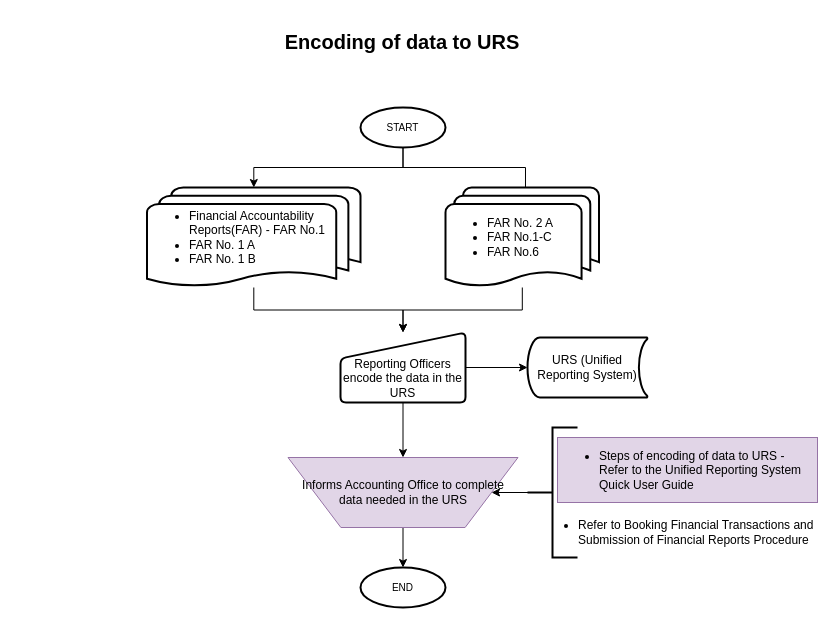
The draw.io diagram page "Encoding of data to URS" (3 of 5) of Preparations of Financial Accountability.drawio in johnpaul4474/FMO-budget, before the edit. Source tidied: cells renumbered, new cells numbered last; positions are measured from the earlier drawing's top-left corner, leaving out a move shared by most shapes. Both pictures are drawn from the tidied source at 100%, with x=0, y=0 at pixel (17, 27).
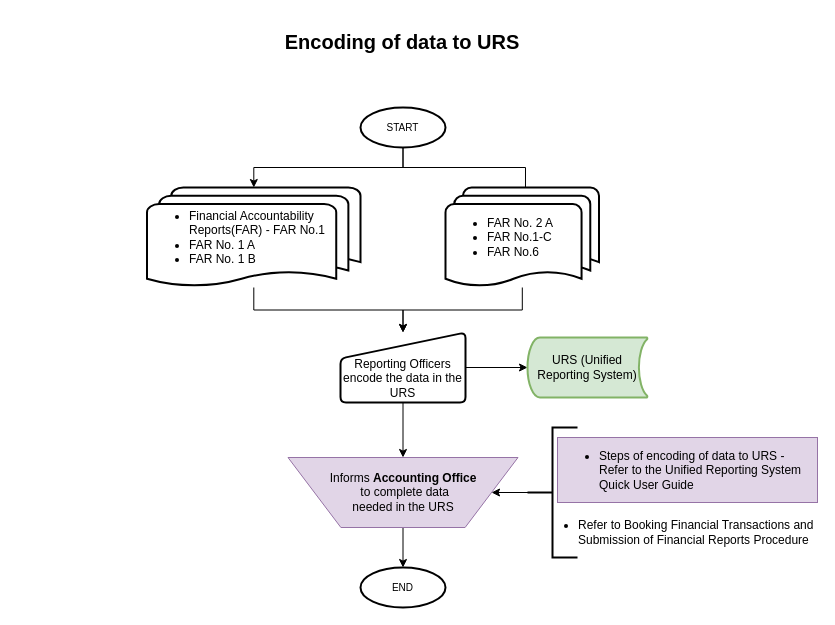
The same diagram, later.

What changed in the source:
```diff
@@
-    <mxCell id="13" value="URS (Unified Reporting System)" style="strokeWidth=2;html=1;shape=mxgraph.flowchart.stored_data;whiteSpace=wrap;" parent="1" vertex="1">
+    <mxCell id="13" value="URS (Unified Reporting System)" style="strokeWidth=2;html=1;shape=mxgraph.flowchart.stored_data;whiteSpace=wrap;fillColor=#d5e8d4;strokeColor=#82b366;" parent="1" vertex="1">
       <mxGeometry x="510" y="310" width="120" height="60" as="geometry" />
     </mxCell>
@@
-    <mxCell id="15" value="Informs Accounting Office to complete data needed in the URS" style="verticalLabelPosition=middle;verticalAlign=middle;html=1;shape=trapezoid;perimeter=trapezoidPerimeter;whiteSpace=wrap;size=0.23;arcSize=10;flipV=1;labelPosition=center;align=center;fillColor=#e1d5e7;strokeColor=#9673a6;" parent="1" vertex="1">
+    <mxCell id="15" value="Informs &lt;b&gt;Accounting Office&lt;/b&gt;&lt;br&gt;&amp;nbsp;to complete data &lt;br&gt;needed in the URS" style="verticalLabelPosition=middle;verticalAlign=middle;html=1;shape=trapezoid;perimeter=trapezoidPerimeter;whiteSpace=wrap;size=0.23;arcSize=10;flipV=1;labelPosition=center;align=center;fillColor=#e1d5e7;strokeColor=#9673a6;" parent="1" vertex="1">
       <mxGeometry x="270.5" y="430" width="230" height="70" as="geometry" />
     </mxCell>
```
